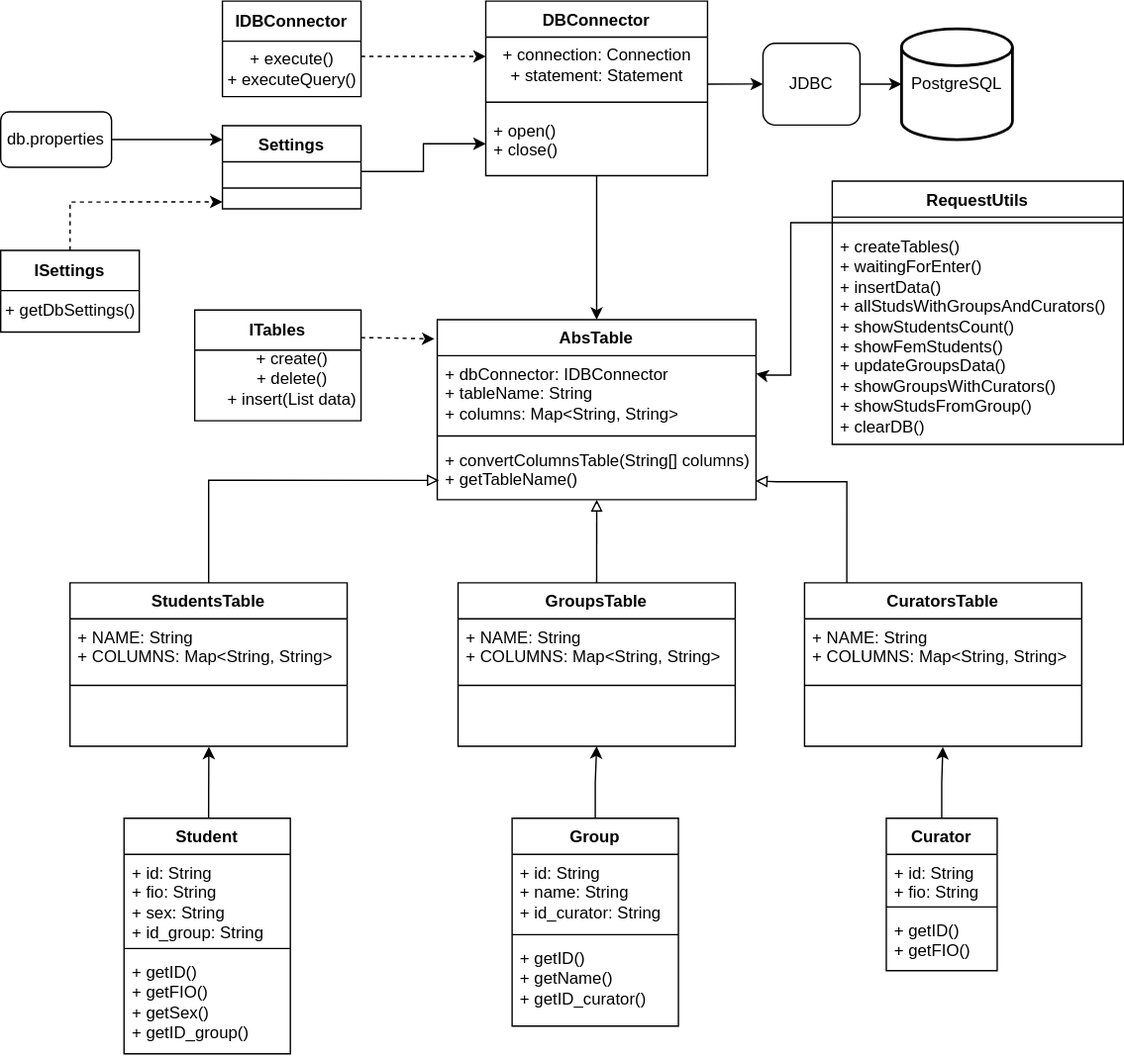
The draw.io diagram src/main/resources/UML/Otus-JQA_Basic_hw3_UML.drawio.svg in Skyar7/Otus-JQA_Basic_hw3, before a commit. Source tidied: cells renumbered, new cells last; positions are measured from the earlier drawing's top-left corner, leaving out a move shared by most shapes.
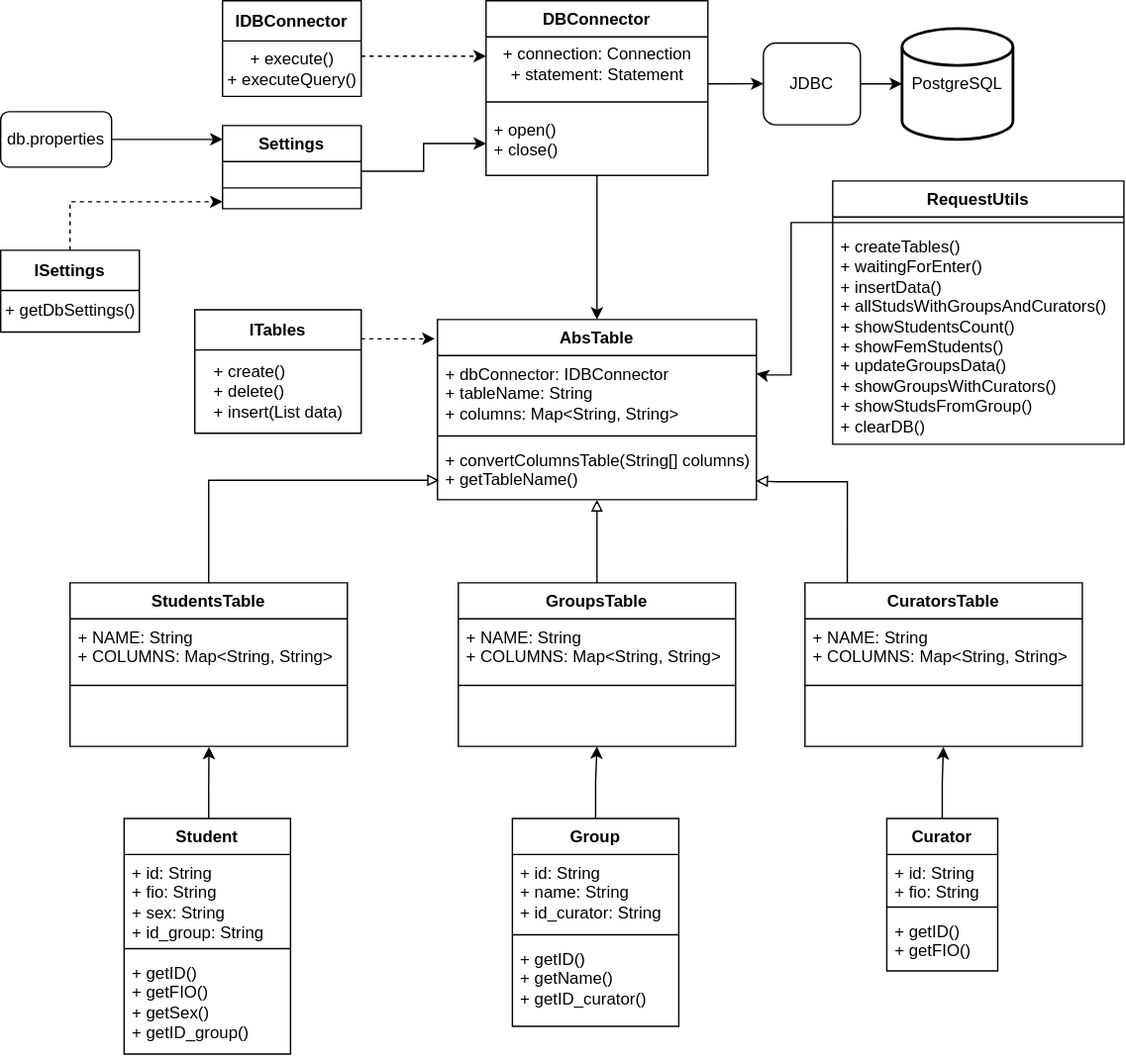
The same diagram one commit later.

Diff of the diagram source:
```diff
@@ -209,16 +209,15 @@
     <mxCell id="58" value="db.properties" style="rounded=1;whiteSpace=wrap;html=1;" parent="1" vertex="1">
       <mxGeometry y="80" width="80" height="40" as="geometry" />
     </mxCell>
-    <mxCell id="59" style="edgeStyle=orthogonalEdgeStyle;rounded=0;jettySize=auto;html=1;exitX=1;exitY=0.25;exitDx=0;exitDy=0;entryX=-0.009;entryY=0.107;entryDx=0;entryDy=0;entryPerimeter=0;dashed=1;" parent="1" edge="1" source="60" target="14">
-      <mxGeometry relative="1" as="geometry">
-        <Array as="points">
-          <mxPoint x="270" y="243" />
-        </Array>
-      </mxGeometry>
+    <mxCell id="59" style="edgeStyle=orthogonalEdgeStyle;rounded=0;jettySize=auto;html=1;exitX=0.998;exitY=0.235;exitDx=0;exitDy=0;entryX=-0.009;entryY=0.107;entryDx=0;entryDy=0;entryPerimeter=0;dashed=1;exitPerimeter=0;" parent="1" edge="1" source="60" target="14">
+      <mxGeometry relative="1" as="geometry" />
     </mxCell>
     <mxCell id="60" value="ITables" style="swimlane;fontStyle=1;align=center;verticalAlign=middle;horizontal=1;startSize=29;html=1;whiteSpace=wrap;" parent="1" vertex="1">
-      <mxGeometry x="140" y="223" width="120" height="80" as="geometry" />
+      <mxGeometry x="140" y="223" width="120" height="89" as="geometry" />
     </mxCell>
+    <mxCell id="64" value="&lt;div style=&quot;text-align: left;&quot;&gt;&lt;span style=&quot;background-color: initial;&quot;&gt;+ create()&lt;/span&gt;&lt;/div&gt;&lt;span style=&quot;&quot;&gt;&lt;div style=&quot;text-align: left;&quot;&gt;&lt;span style=&quot;background-color: initial;&quot;&gt;+ delete()&lt;/span&gt;&lt;/div&gt;&lt;div style=&quot;text-align: left;&quot;&gt;&lt;span style=&quot;background-color: initial;&quot;&gt;+ insert(List data)&lt;/span&gt;&lt;/div&gt;&lt;/span&gt;" style="text;html=1;align=center;verticalAlign=middle;strokeColor=none;fillColor=none;" parent="60" vertex="1">
+      <mxGeometry y="29" width="120" height="60" as="geometry" />
+    </mxCell>
     <mxCell id="61" value="ISettings" style="swimlane;fontStyle=1;align=center;verticalAlign=middle;horizontal=1;startSize=29;html=1;whiteSpace=wrap;" parent="1" vertex="1">
       <mxGeometry y="180" width="100" height="59" as="geometry" />
     </mxCell>
@@ -232,8 +231,5 @@
         </Array>
       </mxGeometry>
     </mxCell>
-    <mxCell id="64" value="+ create()&lt;br style=&quot;border-color: var(--border-color); text-align: left;&quot;&gt;&lt;span style=&quot;text-align: left;&quot;&gt;+ delete()&lt;br&gt;+ insert(List data)&lt;br&gt;&lt;/span&gt;" style="text;html=1;align=center;verticalAlign=middle;strokeColor=none;fillColor=none;" parent="1" vertex="1">
-      <mxGeometry x="150" y="243" width="120" height="60" as="geometry" />
-    </mxCell>
   </root>
 </mxGraphModel>
```
